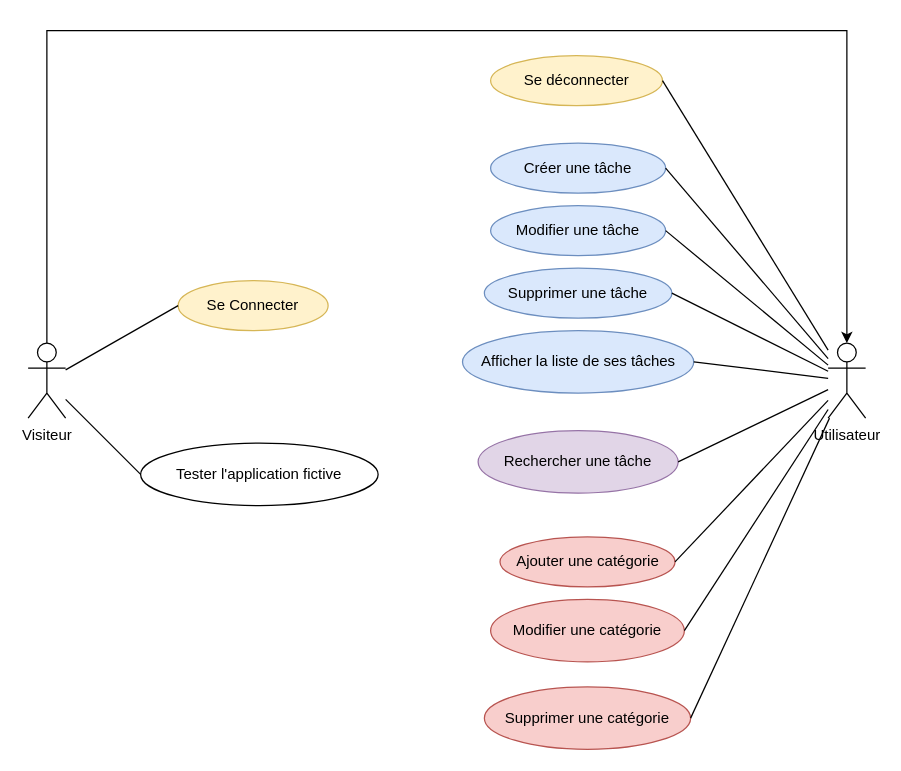
This is page "Use Case" (1 of 6) of Ressources/toutedouceliste.drawio from Saralune/ToDoList_Spring, a draw.io file, before an edit. Source tidied: cells renumbered, new cells numbered last; positions are measured from the earlier drawing's top-left corner, leaving out a move shared by most shapes. Both pictures are drawn from the tidied source at 125%, with x=0, y=0 at pixel (28, 30).
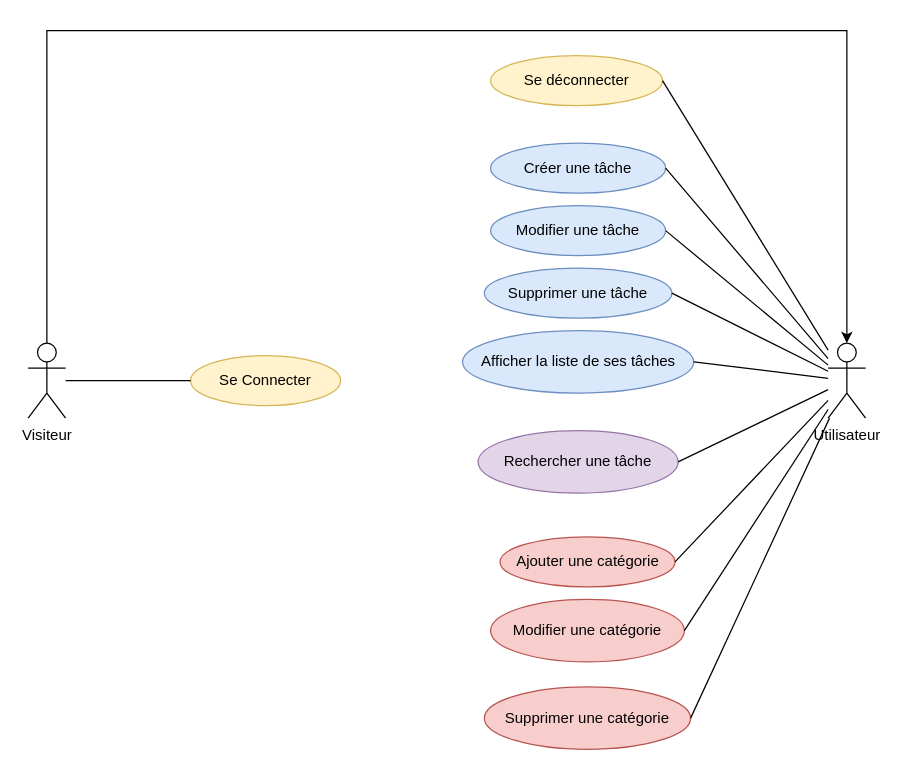
The same diagram, later.

Unchanged cells that the change refers to:
```xml
<mxCell id="3" value="Visiteur" style="shape=umlActor;verticalLabelPosition=bottom;verticalAlign=top;html=1;outlineConnect=0;" parent="1" vertex="1">
  <mxGeometry y="250" width="30" height="60" as="geometry" />
</mxCell>
```

What changed in the source:
```diff
@@
-    <mxCell id="5" value="Tester l'application fictive" style="ellipse;whiteSpace=wrap;html=1;" parent="1" vertex="1">
-      <mxGeometry x="90" y="330" width="190" height="50" as="geometry" />
-    </mxCell>
     <mxCell id="6" value="Se Connecter" style="ellipse;whiteSpace=wrap;html=1;fillColor=#fff2cc;strokeColor=#d6b656;" parent="1" vertex="1">
-      <mxGeometry x="120" y="200" width="120" height="40" as="geometry" />
+      <mxGeometry x="130" y="260" width="120" height="40" as="geometry" />
     </mxCell>
@@
-    <mxCell id="8" style="endArrow=none;html=1;rounded=0;entryX=0;entryY=0.5;entryDx=0;entryDy=0;" parent="1" edge="1" source="3" target="5">
-      <mxGeometry relative="1" as="geometry" />
-    </mxCell>
```
